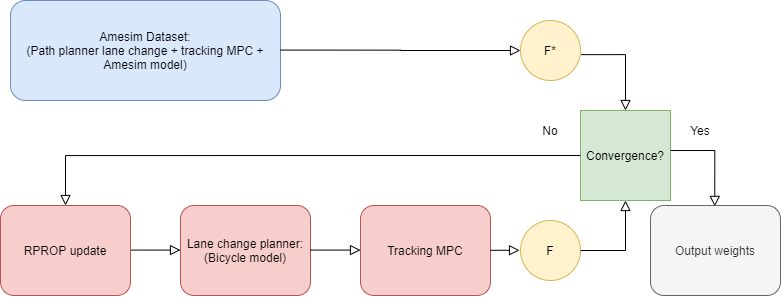
Above: report/figures/complex_learning_diagram.png in StijnStaring/Rapport (draw.io), before the change. Source tidied: cells renumbered, new cells last; positions are measured from the earlier drawing's top-left corner, leaving out a move shared by most shapes.
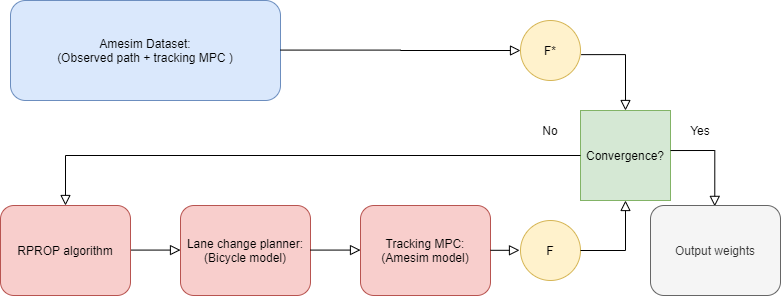
The same file after the commit.

Diff of the diagram source:
```diff
@@ -2,7 +2,7 @@
   <root>
     <mxCell id="0" />
     <mxCell id="1" parent="0" />
-    <mxCell id="2" value="Amesim Dataset:&lt;br&gt;(Path planner lane change + tracking MPC + Amesim model)" style="rounded=1;whiteSpace=wrap;html=1;fontSize=12;glass=0;strokeWidth=1;shadow=0;fillColor=#dae8fc;strokeColor=#6c8ebf;" parent="1" vertex="1">
+    <mxCell id="2" value="Amesim Dataset:&lt;br&gt;(Observed path + tracking MPC )" style="rounded=1;whiteSpace=wrap;html=1;fontSize=12;glass=0;strokeWidth=1;shadow=0;fillColor=#dae8fc;strokeColor=#6c8ebf;" parent="1" vertex="1">
       <mxGeometry x="10" width="270" height="100" as="geometry" />
     </mxCell>
     <mxCell id="3" style="edgeStyle=orthogonalEdgeStyle;rounded=0;html=1;jettySize=auto;orthogonalLoop=1;fontSize=11;endArrow=block;endFill=0;endSize=8;strokeWidth=1;shadow=0;labelBackgroundColor=none;" parent="1" edge="1">
@@ -11,13 +11,13 @@
         <mxPoint x="180" y="249.6" as="targetPoint" />
       </mxGeometry>
     </mxCell>
-    <mxCell id="4" value="RPROP update" style="rounded=1;whiteSpace=wrap;html=1;fontSize=12;glass=0;strokeWidth=1;shadow=0;fillColor=#f8cecc;strokeColor=#b85450;" parent="1" vertex="1">
+    <mxCell id="4" value="RPROP algorithm" style="rounded=1;whiteSpace=wrap;html=1;fontSize=12;glass=0;strokeWidth=1;shadow=0;fillColor=#f8cecc;strokeColor=#b85450;" parent="1" vertex="1">
       <mxGeometry y="205" width="130" height="90" as="geometry" />
     </mxCell>
     <mxCell id="5" value="Lane change planner:&lt;br&gt;(Bicycle model)" style="rounded=1;whiteSpace=wrap;html=1;fontSize=12;glass=0;strokeWidth=1;shadow=0;fillColor=#f8cecc;strokeColor=#b85450;" parent="1" vertex="1">
       <mxGeometry x="180" y="205" width="130" height="90" as="geometry" />
     </mxCell>
-    <mxCell id="6" value="Tracking MPC" style="rounded=1;whiteSpace=wrap;html=1;fontSize=12;glass=0;strokeWidth=1;shadow=0;fillColor=#f8cecc;strokeColor=#b85450;" parent="1" vertex="1">
+    <mxCell id="6" value="Tracking MPC:&lt;br&gt;(Amesim model)" style="rounded=1;whiteSpace=wrap;html=1;fontSize=12;glass=0;strokeWidth=1;shadow=0;fillColor=#f8cecc;strokeColor=#b85450;" parent="1" vertex="1">
       <mxGeometry x="360" y="205" width="130" height="90" as="geometry" />
     </mxCell>
     <mxCell id="7" style="edgeStyle=orthogonalEdgeStyle;rounded=0;html=1;jettySize=auto;orthogonalLoop=1;fontSize=11;endArrow=block;endFill=0;endSize=8;strokeWidth=1;shadow=0;labelBackgroundColor=none;" parent="1" edge="1">
```
